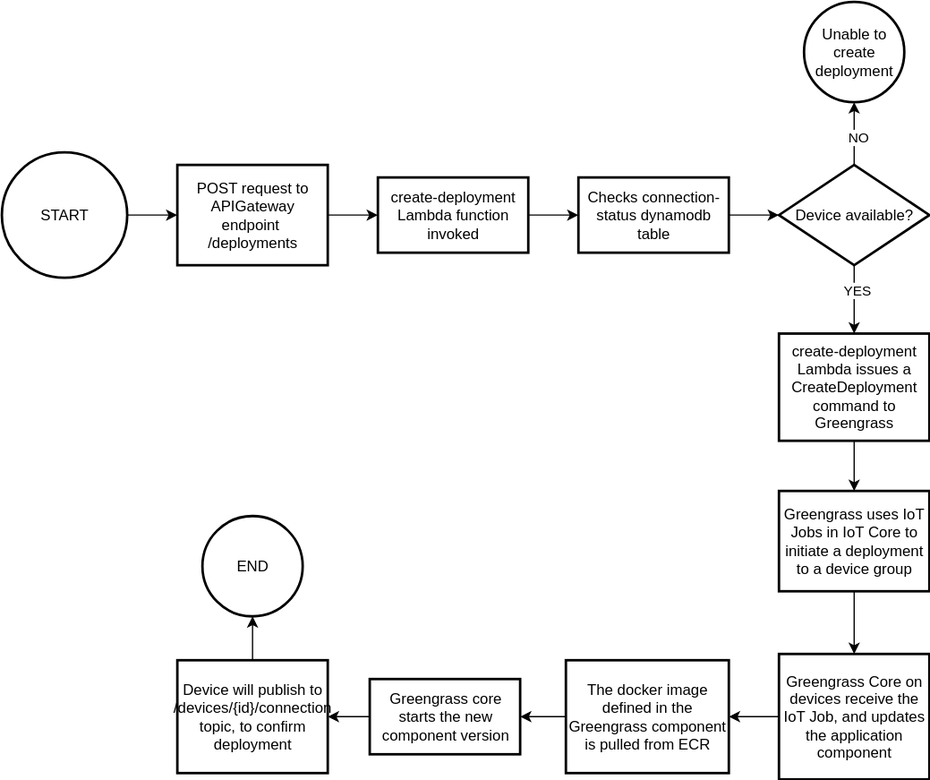
Above: docs/images/create_deployment.drawio.svg in MadsJustesen/mdp-iot (draw.io), before the change. Source tidied: cells renumbered, new cells last; positions are measured from the earlier drawing's top-left corner, leaving out a move shared by most shapes.
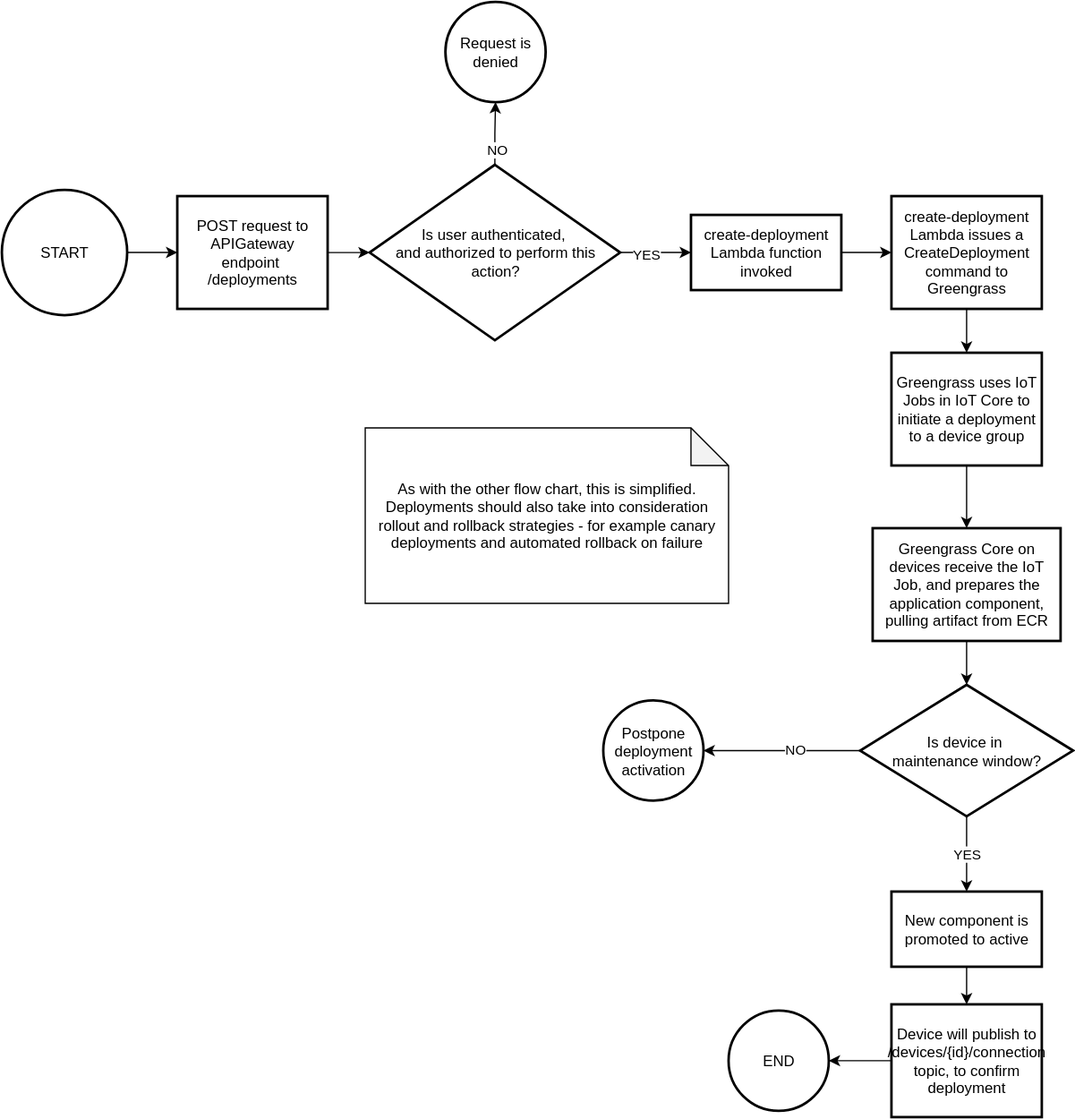
After the change.

The edit, as a diff of the source:
```diff
@@ -6,82 +6,88 @@
       <mxGeometry relative="1" as="geometry" />
     </mxCell>
     <mxCell id="3" value="START" style="strokeWidth=2;html=1;shape=mxgraph.flowchart.start_2;whiteSpace=wrap;" parent="1" vertex="1">
-      <mxGeometry y="120" width="100" height="100" as="geometry" />
+      <mxGeometry y="-210" width="100" height="100" as="geometry" />
     </mxCell>
-    <mxCell id="4" style="edgeStyle=orthogonalEdgeStyle;rounded=0;jettySize=auto;html=1;" parent="1" edge="1" source="5" target="7">
-      <mxGeometry relative="1" as="geometry" />
-    </mxCell>
+    <mxCell id="29" style="edgeStyle=orthogonalEdgeStyle;rounded=0;jettySize=auto;html=1;" parent="1" edge="1" source="5" target="33">
+      <mxGeometry relative="1" as="geometry" />
+    </mxCell>
     <mxCell id="5" value="&lt;div&gt;&lt;div&gt;POST request to APIGateway endpoint&amp;nbsp;&lt;/div&gt;&lt;div&gt;/deployments&lt;/div&gt;&lt;/div&gt;" style="whiteSpace=wrap;html=1;strokeWidth=2;" parent="1" vertex="1">
-      <mxGeometry x="140" y="130" width="120" height="80" as="geometry" />
+      <mxGeometry x="140" y="-205" width="120" height="90" as="geometry" />
     </mxCell>
-    <mxCell id="6" style="edgeStyle=orthogonalEdgeStyle;rounded=0;jettySize=auto;html=1;" parent="1" edge="1" source="7" target="9">
-      <mxGeometry relative="1" as="geometry" />
-    </mxCell>
+    <mxCell id="30" style="edgeStyle=orthogonalEdgeStyle;rounded=0;jettySize=auto;html=1;" parent="1" edge="1" source="33" target="34">
+      <mxGeometry relative="1" as="geometry" />
+    </mxCell>
+    <mxCell id="31" value="NO" style="edgeLabel;html=1;align=center;verticalAlign=middle;" parent="30" vertex="1">
+      <mxGeometry x="-0.51" y="-1" relative="1" as="geometry" />
+    </mxCell>
+    <mxCell id="32" style="edgeStyle=orthogonalEdgeStyle;rounded=0;jettySize=auto;html=1;" parent="1" edge="1" source="33" target="7">
+      <mxGeometry relative="1" as="geometry" />
+    </mxCell>
+    <mxCell id="13" value="YES" style="edgeLabel;html=1;align=center;verticalAlign=middle;" parent="32" vertex="1">
+      <mxGeometry x="-0.31" y="-2" relative="1" as="geometry" />
+    </mxCell>
+    <mxCell id="33" value="Is user authenticated,&amp;nbsp;&lt;br&gt;and authorized to perform this action?" style="rhombus;whiteSpace=wrap;html=1;strokeWidth=2;" parent="1" vertex="1">
+      <mxGeometry x="293.5" y="-230" width="200" height="140" as="geometry" />
+    </mxCell>
+    <mxCell id="34" value="Request is denied" style="ellipse;whiteSpace=wrap;html=1;strokeWidth=2;" parent="1" vertex="1">
+      <mxGeometry x="354" y="-360" width="80" height="80" as="geometry" />
+    </mxCell>
+    <mxCell id="35" style="edgeStyle=orthogonalEdgeStyle;rounded=0;jettySize=auto;html=1;" parent="1" edge="1" source="7" target="17">
+      <mxGeometry relative="1" as="geometry" />
+    </mxCell>
-    <mxCell id="7" value="&lt;br&gt;create-deployment Lambda function invoked&lt;div&gt;&lt;br/&gt;&lt;/div&gt;" style="whiteSpace=wrap;html=1;strokeWidth=2;" parent="1" vertex="1">
-      <mxGeometry x="300" y="140" width="120" height="60" as="geometry" />
+    <mxCell id="7" value="create-deployment Lambda function invoked" style="whiteSpace=wrap;html=1;strokeWidth=2;" parent="1" vertex="1">
+      <mxGeometry x="550" y="-190" width="120" height="60" as="geometry" />
     </mxCell>
-    <mxCell id="8" style="edgeStyle=orthogonalEdgeStyle;rounded=0;jettySize=auto;html=1;" parent="1" edge="1" source="9" target="14">
-      <mxGeometry relative="1" as="geometry" />
-    </mxCell>
-    <mxCell id="9" value="Checks connection-status dynamodb table" style="whiteSpace=wrap;html=1;strokeWidth=2;" parent="1" vertex="1">
-      <mxGeometry x="460" y="140" width="120" height="60" as="geometry" />
-    </mxCell>
-    <mxCell id="10" style="edgeStyle=orthogonalEdgeStyle;rounded=0;jettySize=auto;html=1;" parent="1" edge="1" source="14" target="15">
-      <mxGeometry relative="1" as="geometry" />
-    </mxCell>
-    <mxCell id="11" value="NO" style="edgeLabel;html=1;align=center;verticalAlign=middle;" parent="10" vertex="1">
-      <mxGeometry x="-0.1" y="-2" relative="1" as="geometry" />
-    </mxCell>
-    <mxCell id="12" style="edgeStyle=orthogonalEdgeStyle;rounded=0;jettySize=auto;html=1;" parent="1" edge="1" source="14" target="17">
-      <mxGeometry relative="1" as="geometry" />
-    </mxCell>
-    <mxCell id="13" value="YES" style="edgeLabel;html=1;align=center;verticalAlign=middle;" parent="12" vertex="1">
-      <mxGeometry x="-0.29" y="1" relative="1" as="geometry" />
-    </mxCell>
-    <mxCell id="14" value="Device available?" style="rhombus;whiteSpace=wrap;html=1;strokeWidth=2;" parent="1" vertex="1">
-      <mxGeometry x="620" y="130" width="120" height="80" as="geometry" />
-    </mxCell>
-    <mxCell id="15" value="Unable to create deployment" style="ellipse;whiteSpace=wrap;html=1;strokeWidth=2;" parent="1" vertex="1">
-      <mxGeometry x="640" width="80" height="80" as="geometry" />
-    </mxCell>
     <mxCell id="16" style="edgeStyle=orthogonalEdgeStyle;rounded=0;jettySize=auto;html=1;" parent="1" edge="1" source="17" target="19">
       <mxGeometry relative="1" as="geometry" />
     </mxCell>
     <mxCell id="17" value="create-deployment Lambda issues a CreateDeployment command to Greengrass" style="whiteSpace=wrap;html=1;strokeWidth=2;" parent="1" vertex="1">
-      <mxGeometry x="620" y="264.5" width="120" height="85.5" as="geometry" />
+      <mxGeometry x="710" y="-205" width="120" height="90" as="geometry" />
     </mxCell>
-    <mxCell id="18" style="edgeStyle=orthogonalEdgeStyle;rounded=0;jettySize=auto;html=1;" parent="1" edge="1" source="19" target="21">
-      <mxGeometry relative="1" as="geometry" />
-    </mxCell>
+    <mxCell id="36" style="edgeStyle=orthogonalEdgeStyle;rounded=0;jettySize=auto;html=1;" parent="1" edge="1" source="19" target="38">
+      <mxGeometry relative="1" as="geometry" />
+    </mxCell>
     <mxCell id="19" value="&lt;div&gt;Greengrass uses IoT Jobs in IoT Core to initiate a deployment&lt;/div&gt;&lt;div&gt;to a device group&lt;/div&gt;" style="whiteSpace=wrap;html=1;strokeWidth=2;" parent="1" vertex="1">
-      <mxGeometry x="620" y="390" width="120" height="80" as="geometry" />
+      <mxGeometry x="710" y="-80" width="120" height="90" as="geometry" />
     </mxCell>
-    <mxCell id="20" style="edgeStyle=orthogonalEdgeStyle;rounded=0;jettySize=auto;html=1;" parent="1" edge="1" source="21" target="23">
-      <mxGeometry relative="1" as="geometry" />
-    </mxCell>
-    <mxCell id="21" value="Greengrass Core on devices receive the IoT Job, and updates the application component" style="whiteSpace=wrap;html=1;strokeWidth=2;" parent="1" vertex="1">
-      <mxGeometry x="620" y="520" width="120" height="100" as="geometry" />
-    </mxCell>
-    <mxCell id="22" style="edgeStyle=orthogonalEdgeStyle;rounded=0;jettySize=auto;html=1;" parent="1" edge="1" source="23" target="25">
-      <mxGeometry relative="1" as="geometry" />
-    </mxCell>
-    <mxCell id="23" value="The docker image defined in the Greengrass component is pulled from ECR" style="whiteSpace=wrap;html=1;strokeWidth=2;" parent="1" vertex="1">
-      <mxGeometry x="450" y="525" width="130" height="90" as="geometry" />
-    </mxCell>
-    <mxCell id="24" style="edgeStyle=orthogonalEdgeStyle;rounded=0;jettySize=auto;html=1;" parent="1" edge="1" source="25" target="27">
-      <mxGeometry relative="1" as="geometry" />
-    </mxCell>
-    <mxCell id="25" value="Greengrass core starts the new component version" style="whiteSpace=wrap;html=1;strokeWidth=2;" parent="1" vertex="1">
-      <mxGeometry x="293.5" y="540" width="120" height="60" as="geometry" />
-    </mxCell>
+    <mxCell id="37" style="edgeStyle=orthogonalEdgeStyle;rounded=0;jettySize=auto;html=1;" parent="1" edge="1" source="38" target="42">
+      <mxGeometry relative="1" as="geometry" />
+    </mxCell>
+    <mxCell id="38" value="&lt;div&gt;Greengrass Core on devices receive the IoT Job, and prepares the application component,&lt;/div&gt;&lt;div&gt;pulling artifact from ECR&lt;/div&gt;" style="whiteSpace=wrap;html=1;strokeWidth=2;" parent="1" vertex="1">
+      <mxGeometry x="695" y="60" width="150" height="90" as="geometry" />
+    </mxCell>
+    <mxCell id="39" style="edgeStyle=orthogonalEdgeStyle;rounded=0;jettySize=auto;html=1;" parent="1" edge="1" source="42" target="43">
+      <mxGeometry relative="1" as="geometry" />
+    </mxCell>
+    <mxCell id="40" value="NO" style="edgeLabel;html=1;align=center;verticalAlign=middle;" parent="39" vertex="1">
+      <mxGeometry x="-0.16" y="-1" relative="1" as="geometry" />
+    </mxCell>
+    <mxCell id="41" value="YES" style="edgeStyle=orthogonalEdgeStyle;rounded=0;jettySize=auto;html=1;" parent="1" edge="1" source="42" target="45">
+      <mxGeometry relative="1" as="geometry" />
+    </mxCell>
+    <mxCell id="42" value="Is device in&amp;nbsp;&lt;br&gt;maintenance window?" style="rhombus;whiteSpace=wrap;html=1;strokeWidth=2;" parent="1" vertex="1">
+      <mxGeometry x="685" y="185" width="170" height="105" as="geometry" />
+    </mxCell>
+    <mxCell id="43" value="Postpone deployment activation" style="ellipse;whiteSpace=wrap;html=1;strokeWidth=2;" parent="1" vertex="1">
+      <mxGeometry x="480" y="197.5" width="80" height="80" as="geometry" />
+    </mxCell>
+    <mxCell id="44" style="edgeStyle=orthogonalEdgeStyle;rounded=0;jettySize=auto;html=1;" parent="1" edge="1" source="45" target="27">
+      <mxGeometry relative="1" as="geometry" />
+    </mxCell>
+    <mxCell id="45" value="&lt;div&gt;New component is promoted to active&lt;/div&gt;" style="whiteSpace=wrap;html=1;strokeWidth=2;" parent="1" vertex="1">
+      <mxGeometry x="710" y="350" width="120" height="60" as="geometry" />
+    </mxCell>
     <mxCell id="26" style="edgeStyle=orthogonalEdgeStyle;rounded=0;jettySize=auto;html=1;" parent="1" edge="1" source="27" target="28">
       <mxGeometry relative="1" as="geometry" />
     </mxCell>
     <mxCell id="27" value="Device will publish to&lt;br&gt;/devices/{id}/connection&lt;br&gt;topic, to confirm deployment" style="whiteSpace=wrap;html=1;strokeWidth=2;" parent="1" vertex="1">
-      <mxGeometry x="140" y="525" width="120" height="90" as="geometry" />
+      <mxGeometry x="710" y="440" width="120" height="90" as="geometry" />
     </mxCell>
     <mxCell id="28" value="END" style="ellipse;whiteSpace=wrap;html=1;strokeWidth=2;" parent="1" vertex="1">
-      <mxGeometry x="160" y="410" width="80" height="80" as="geometry" />
+      <mxGeometry x="580" y="445" width="80" height="80" as="geometry" />
     </mxCell>
+    <mxCell id="46" value="As with the other flow chart, this is simplified.&lt;br&gt;Deployments should also take into consideration rollout and rollback strategies - for example canary deployments and automated rollback on failure" style="shape=note;whiteSpace=wrap;html=1;backgroundOutline=1;darkOpacity=0.05;" parent="1" vertex="1">
+      <mxGeometry x="290" y="-20" width="290" height="140" as="geometry" />
+    </mxCell>
   </root>
 </mxGraphModel>
```
